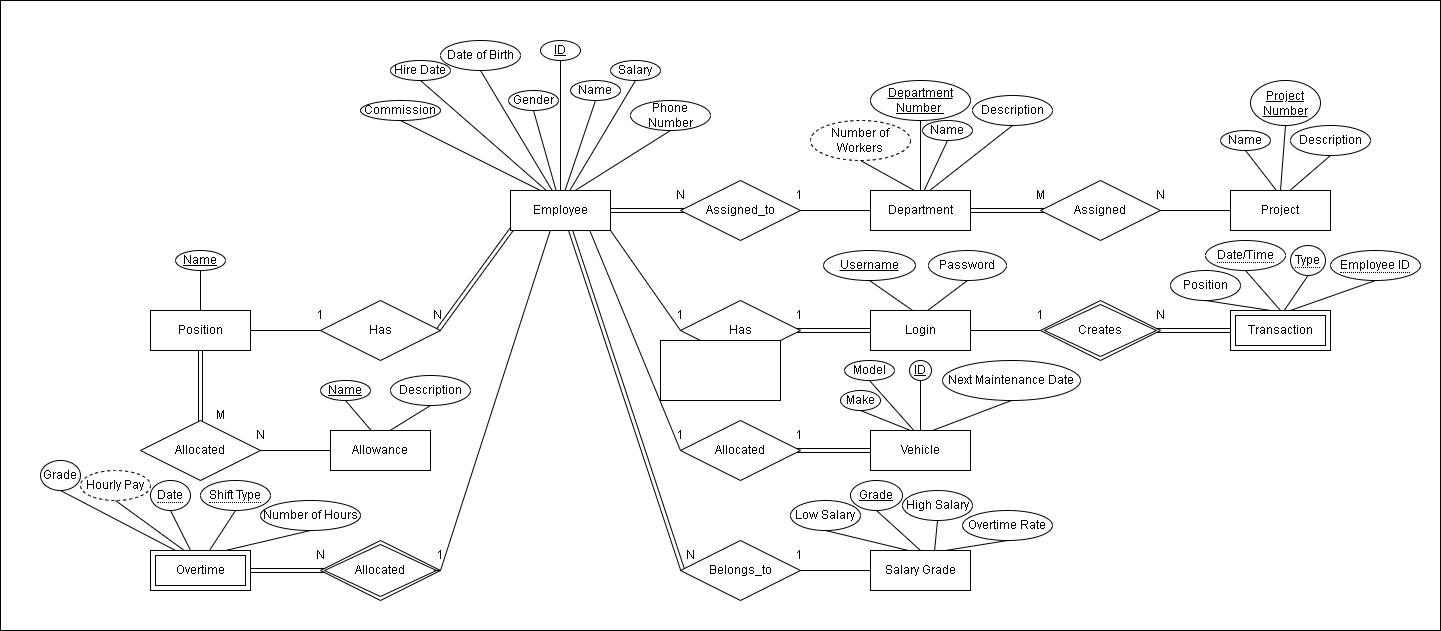
Before: Phase 1/ERD.drawio.png, a diagram exported from draw.io (AhmedElkhashn/DB-project). Source tidied: cells renumbered, new cells last; positions are measured from the earlier drawing's top-left corner, leaving out a move shared by most shapes.
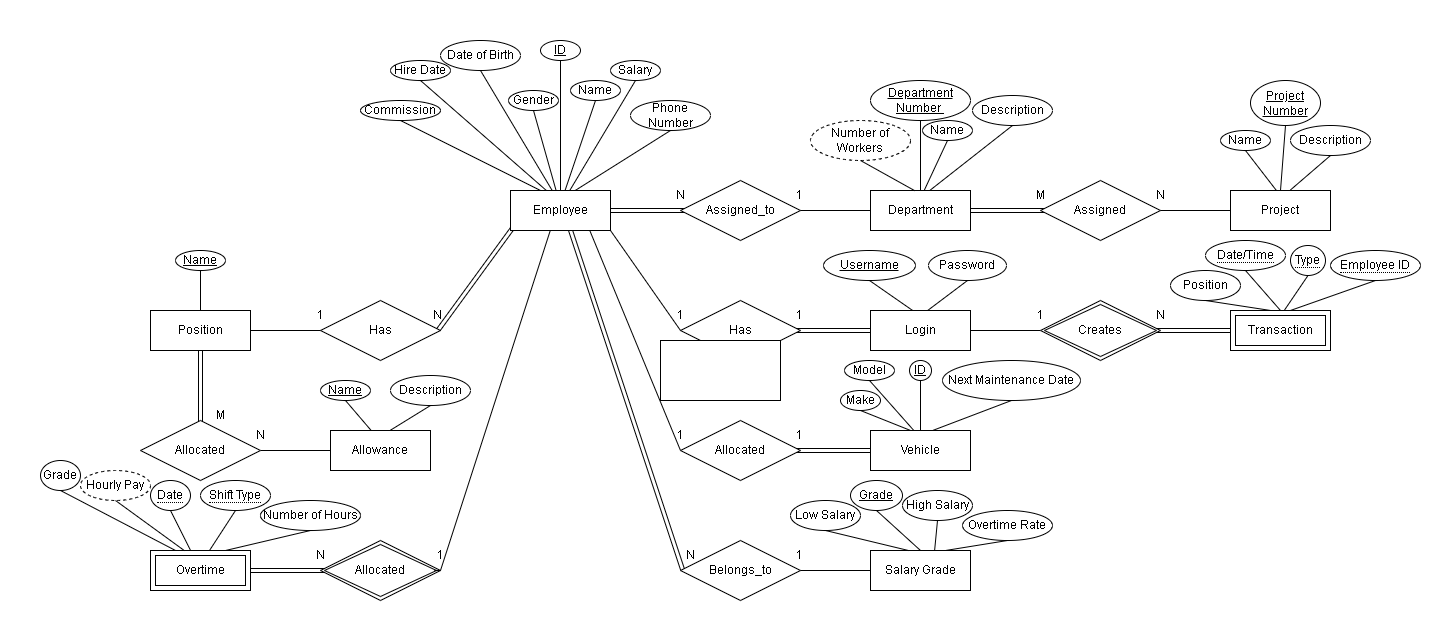
Above is the later version.

Diff of the diagram source:
```diff
@@ -2,7 +2,7 @@
   <root>
     <mxCell id="0" />
     <mxCell id="1" parent="0" />
-    <mxCell id="2" style="rounded=0;whiteSpace=wrap;html=1;strokeColor=default;fillColor=#FFFFFF;" parent="1" vertex="1">
+    <mxCell id="2" style="rounded=0;whiteSpace=wrap;html=1;strokeColor=none;fillColor=default;" parent="1" vertex="1">
       <mxGeometry width="1440" height="630" as="geometry" />
     </mxCell>
     <mxCell id="3" style="endArrow=none;html=1;rounded=0;entryX=0;entryY=0.5;entryDx=0;entryDy=0;shape=link;" parent="1" edge="1" target="20">
```
